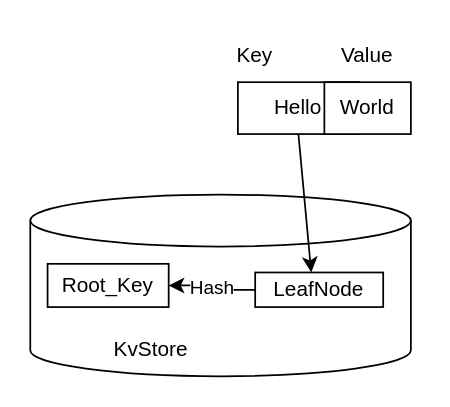
Above: page "empty_tree_insert" (2 of 7) of static/smt.drawio in starcoinorg/starcoin-cookbook (draw.io), before the change. Source tidied: cells renumbered, new cells numbered last; positions are measured from the earlier drawing's top-left corner, leaving out a move shared by most shapes. Both pictures are drawn from the tidied source at 173%, with x=0, y=0 at pixel (29, 29).
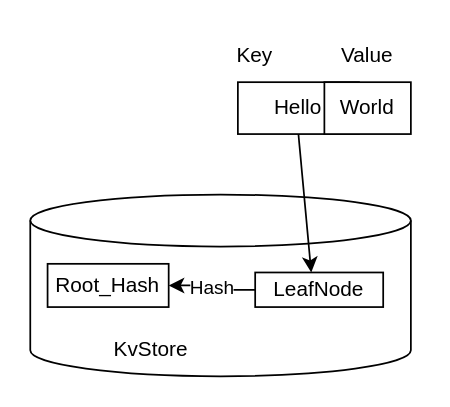
After the change.

What changed in the source:
```diff
@@
 <mxGraphModel>
   <root>
     <mxCell id="0" />
     <mxCell id="1" parent="0" />
     <mxCell id="2" value="Hello" style="rounded=0;whiteSpace=wrap;html=1;" parent="1" vertex="1">
       <mxGeometry x="120" y="30" width="70" height="30" as="geometry" />
     </mxCell>
     <mxCell id="3" value="Key" style="text;html=1;strokeColor=none;fillColor=none;align=center;verticalAlign=middle;whiteSpace=wrap;rounded=0;" parent="1" vertex="1">
       <mxGeometry x="100" width="60" height="30" as="geometry" />
     </mxCell>
     <mxCell id="4" value="World" style="rounded=0;whiteSpace=wrap;html=1;" parent="1" vertex="1">
       <mxGeometry x="170" y="30" width="50" height="30" as="geometry" />
     </mxCell>
     <mxCell id="5" value="Value" style="text;html=1;strokeColor=none;fillColor=none;align=center;verticalAlign=middle;whiteSpace=wrap;rounded=0;" parent="1" vertex="1">
       <mxGeometry x="165" width="60" height="30" as="geometry" />
     </mxCell>
     <mxCell id="6" style="shape=cylinder3;whiteSpace=wrap;html=1;boundedLbl=1;backgroundOutline=1;size=15;" parent="1" vertex="1">
       <mxGeometry y="95" width="220" height="105" as="geometry" />
     </mxCell>
     <mxCell id="7" style="endArrow=classic;html=1;rounded=0;exitX=0.5;exitY=1;exitDx=0;exitDy=0;entryX=0.438;entryY=0;entryDx=0;entryDy=0;entryPerimeter=0;" parent="1" edge="1" source="2" target="9">
       <mxGeometry relative="1" as="geometry" />
     </mxCell>
     <mxCell id="8" value="Hash" style="edgeStyle=orthogonalEdgeStyle;rounded=0;jettySize=auto;html=1;" parent="1" edge="1" source="9" target="10">
       <mxGeometry relative="1" as="geometry" />
     </mxCell>
     <mxCell id="9" value="LeafNode" style="rounded=0;whiteSpace=wrap;html=1;" parent="1" vertex="1">
       <mxGeometry x="130" y="140" width="74" height="20" as="geometry" />
     </mxCell>
-    <mxCell id="10" value="Root_Key" style="rounded=0;whiteSpace=wrap;html=1;" parent="1" vertex="1">
+    <mxCell id="10" value="Root_Hash" style="rounded=0;whiteSpace=wrap;html=1;" parent="1" vertex="1">
       <mxGeometry x="10" y="135" width="70" height="25" as="geometry" />
     </mxCell>
     <mxCell id="11" value="KvStore" style="text;html=1;strokeColor=none;fillColor=none;align=center;verticalAlign=middle;whiteSpace=wrap;rounded=0;" parent="1" vertex="1">
       <mxGeometry x="40" y="170" width="60" height="30" as="geometry" />
     </mxCell>
   </root>
 </mxGraphModel>
```
